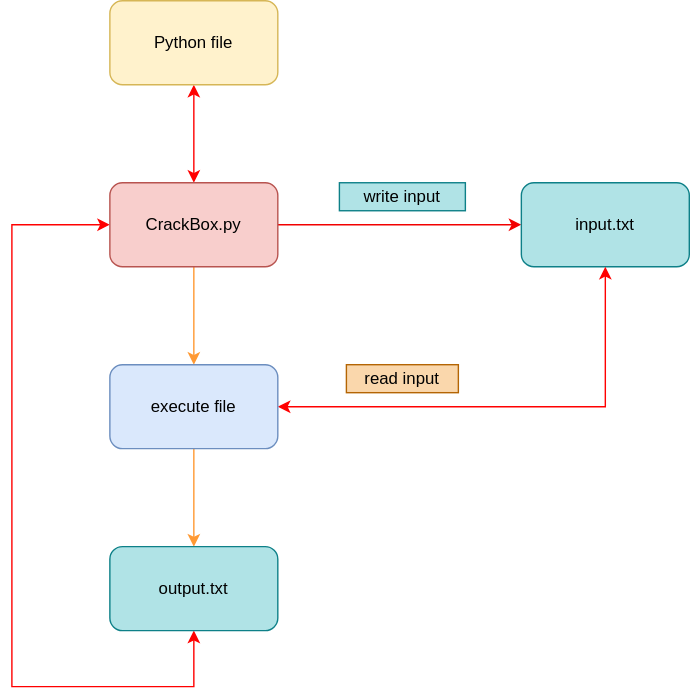
Before: graph/CrackBox.svg, a diagram exported from draw.io (Rayato159/g6-optimization-project). Source tidied: cells renumbered, new cells last; positions are measured from the earlier drawing's top-left corner, leaving out a move shared by most shapes.
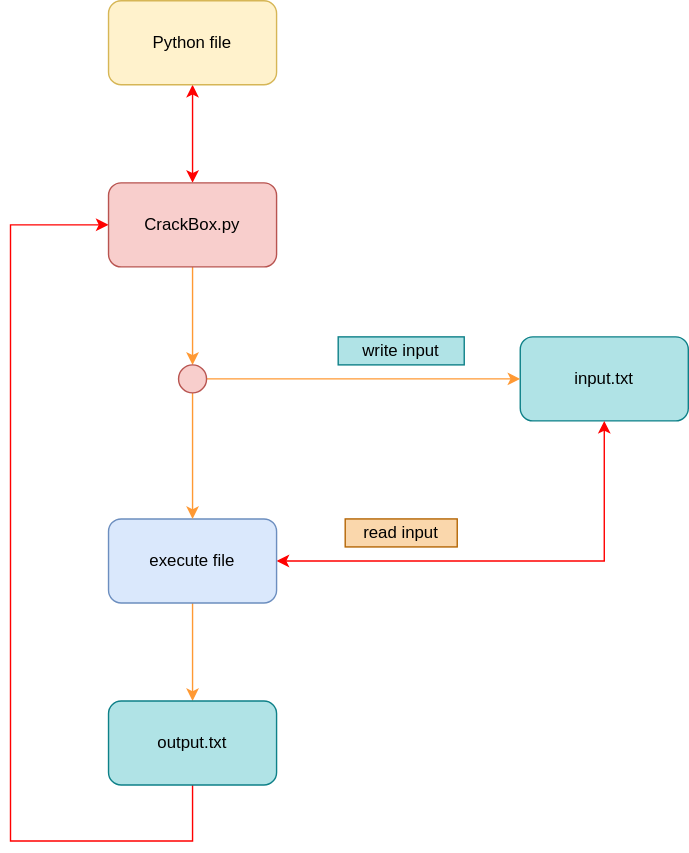
Above is the later version.

Commit message:
crack box flowchart

Diff of the diagram source:
```diff
@@ -6,25 +6,22 @@
       <mxGeometry relative="1" as="geometry" />
     </mxCell>
     <mxCell id="3" value="Python file" style="rounded=1;whiteSpace=wrap;html=1;fillColor=#fff2cc;strokeColor=#d6b656;" parent="1" vertex="1">
-      <mxGeometry x="70" width="120" height="60" as="geometry" />
+      <mxGeometry x="70" y="-110" width="120" height="60" as="geometry" />
     </mxCell>
-    <mxCell id="4" style="edgeStyle=orthogonalEdgeStyle;rounded=0;jettySize=auto;html=1;fillColor=#fad9d5;strokeColor=#F20000;" parent="1" edge="1" source="7" target="8">
-      <mxGeometry relative="1" as="geometry" />
-    </mxCell>
-    <mxCell id="5" style="edgeStyle=orthogonalEdgeStyle;rounded=0;jettySize=auto;html=1;strokeColor=#FF9933;" parent="1" edge="1" source="7" target="11">
-      <mxGeometry relative="1" as="geometry" />
-    </mxCell>
-    <mxCell id="6" style="edgeStyle=orthogonalEdgeStyle;rounded=0;jumpStyle=none;jettySize=auto;html=1;entryX=0.5;entryY=1;entryDx=0;entryDy=0;startArrow=classic;startFill=1;strokeColor=#FF0000;" parent="1" edge="1" source="7" target="14">
+    <mxCell id="6" style="edgeStyle=orthogonalEdgeStyle;rounded=0;jumpStyle=none;jettySize=auto;html=1;entryX=0.5;entryY=1;entryDx=0;entryDy=0;startArrow=classic;startFill=1;strokeColor=#FF0000;endArrow=none;endFill=0;" parent="1" edge="1" source="7" target="14">
       <mxGeometry relative="1" as="geometry">
         <Array as="points">
-          <mxPoint y="160" />
+          <mxPoint y="50" />
           <mxPoint y="490" />
           <mxPoint x="130" y="490" />
         </Array>
       </mxGeometry>
     </mxCell>
+    <mxCell id="15" style="edgeStyle=orthogonalEdgeStyle;rounded=0;jettySize=auto;html=1;entryX=0.5;entryY=0;entryDx=0;entryDy=0;fontColor=#000000;startArrow=none;startFill=0;endArrow=classic;endFill=1;strokeColor=#FF9933;" parent="1" edge="1" source="7" target="18">
+      <mxGeometry relative="1" as="geometry" />
+    </mxCell>
     <mxCell id="7" value="CrackBox.py" style="whiteSpace=wrap;html=1;rounded=1;fillColor=#f8cecc;strokeColor=#b85450;" parent="1" vertex="1">
-      <mxGeometry x="70" y="130" width="120" height="60" as="geometry" />
+      <mxGeometry x="70" y="20" width="120" height="60" as="geometry" />
     </mxCell>
     <mxCell id="8" value="input.txt" style="rounded=1;whiteSpace=wrap;html=1;fillColor=#b0e3e6;strokeColor=#0e8088;" parent="1" vertex="1">
       <mxGeometry x="364" y="130" width="120" height="60" as="geometry" />
@@ -47,5 +44,14 @@
     <mxCell id="14" value="output.txt" style="whiteSpace=wrap;html=1;rounded=1;fillColor=#b0e3e6;strokeColor=#0e8088;" parent="1" vertex="1">
       <mxGeometry x="70" y="390" width="120" height="60" as="geometry" />
     </mxCell>
+    <mxCell id="16" style="edgeStyle=orthogonalEdgeStyle;rounded=0;jettySize=auto;html=1;fontColor=#000000;startArrow=none;startFill=0;endArrow=classic;endFill=1;strokeColor=#FF9933;" parent="1" edge="1" source="18" target="11">
+      <mxGeometry relative="1" as="geometry" />
+    </mxCell>
+    <mxCell id="17" style="edgeStyle=orthogonalEdgeStyle;rounded=0;jettySize=auto;html=1;entryX=0;entryY=0.5;entryDx=0;entryDy=0;fontColor=#000000;startArrow=none;startFill=0;endArrow=classic;endFill=1;strokeColor=#FF9933;" parent="1" edge="1" source="18" target="8">
+      <mxGeometry relative="1" as="geometry" />
+    </mxCell>
+    <mxCell id="18" style="ellipse;whiteSpace=wrap;html=1;fillColor=#f8cecc;strokeColor=#b85450;" parent="1" vertex="1">
+      <mxGeometry x="120" y="150" width="20" height="20" as="geometry" />
+    </mxCell>
   </root>
 </mxGraphModel>
```
